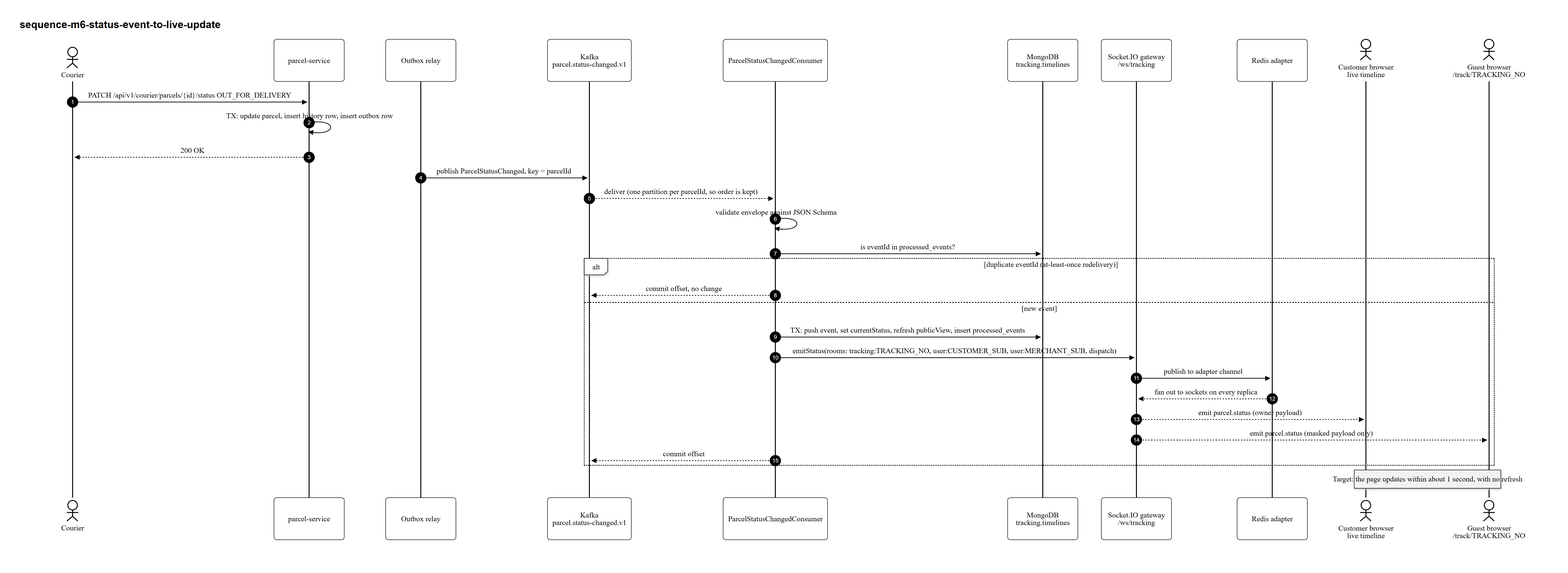
Before: doc/diagrams/m6-real-time-tracking/sequence-m6-status-event-to-live-update.png, a diagram exported from Mermaid (Pasidu-Mihiranga/SwiftDrop). Its source is kept beside it as doc/diagrams/m6-real-time-tracking/sequence-m6-status-event-to-live-update.mmd. Source of this version:
```mermaid
%%{init: {"theme":"base","themeVariables":{"background":"#ffffff","mainBkg":"#ffffff","primaryColor":"#ffffff","primaryBorderColor":"#000000","primaryTextColor":"#000000","secondaryColor":"#f2f2f2","tertiaryColor":"#ffffff","lineColor":"#000000","textColor":"#000000","clusterBkg":"#ffffff","clusterBorder":"#000000","titleColor":"#000000","edgeLabelBackground":"#ffffff","fontFamily":"Arial, Helvetica, sans-serif","actorBkg":"#ffffff","actorBorder":"#000000","actorTextColor":"#000000","actorLineColor":"#000000","signalColor":"#000000","signalTextColor":"#000000","labelBoxBkgColor":"#ffffff","labelBoxBorderColor":"#000000","labelTextColor":"#000000","loopTextColor":"#000000","noteBkgColor":"#f2f2f2","noteBorderColor":"#000000","noteTextColor":"#000000","activationBkgColor":"#e6e6e6","activationBorderColor":"#000000"}}}%%
sequenceDiagram
    autonumber
    actor CO as Courier
    participant P as parcel-service
    participant OB as Outbox relay
    participant K as Kafka<br/>parcel.status-changed.v1
    participant TC as ParcelStatusChangedConsumer
    participant DB as MongoDB<br/>tracking.timelines
    participant SG as Socket.IO gateway<br/>/ws/tracking
    participant RD as Redis adapter
    actor CU as Customer browser<br/>live timeline
    actor GU as Guest browser<br/>/track/TRACKING_NO

    CO->>P: PATCH /api/v1/courier/parcels/{id}/status OUT_FOR_DELIVERY
    P->>P: TX: update parcel, insert history row, insert outbox row
    P-->>CO: 200 OK
    OB->>K: publish ParcelStatusChanged, key = parcelId
    K-->>TC: deliver (one partition per parcelId, so order is kept)
    TC->>TC: validate envelope against JSON Schema
    TC->>DB: is eventId in processed_events?
    alt duplicate eventId (at-least-once redelivery)
        TC-->>K: commit offset, no change
    else new event
        TC->>DB: TX: push event, set currentStatus, refresh publicView, insert processed_events
        TC->>SG: emitStatus(rooms: tracking:TRACKING_NO, user:CUSTOMER_SUB, user:MERCHANT_SUB, dispatch)
        SG->>RD: publish to adapter channel
        RD-->>SG: fan out to sockets on every replica
        SG-->>CU: emit parcel.status (owner payload)
        SG-->>GU: emit parcel.status (masked payload only)
        TC-->>K: commit offset
    end
    Note over CU,GU: Target: the page updates within about 1 second, with no refresh
```
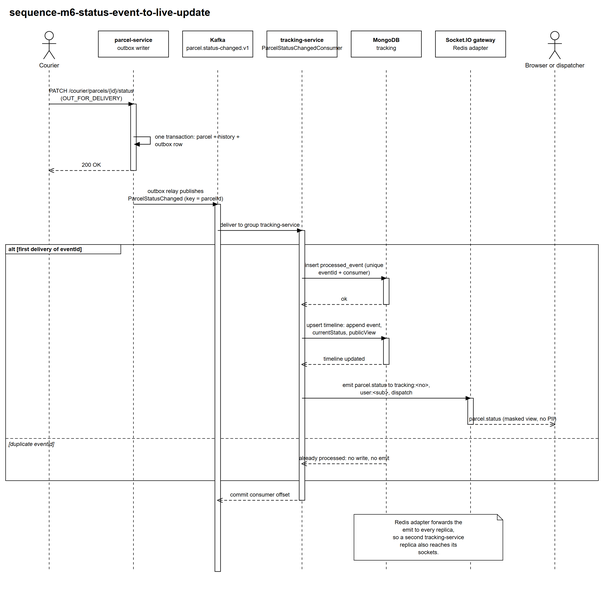
After the commit.

Diff of the diagram source:
```diff
@@ -1,33 +1,27 @@
-%%{init: {"theme":"base","themeVariables":{"background":"#ffffff","mainBkg":"#ffffff","primaryColor":"#ffffff","primaryBorderColor":"#000000","primaryTextColor":"#000000","secondaryColor":"#f2f2f2","tertiaryColor":"#ffffff","lineColor":"#000000","textColor":"#000000","clusterBkg":"#ffffff","clusterBorder":"#000000","titleColor":"#000000","edgeLabelBackground":"#ffffff","fontFamily":"Arial, Helvetica, sans-serif","actorBkg":"#ffffff","actorBorder":"#000000","actorTextColor":"#000000","actorLineColor":"#000000","signalColor":"#000000","signalTextColor":"#000000","labelBoxBkgColor":"#ffffff","labelBoxBorderColor":"#000000","labelTextColor":"#000000","loopTextColor":"#000000","noteBkgColor":"#f2f2f2","noteBorderColor":"#000000","noteTextColor":"#000000","activationBkgColor":"#e6e6e6","activationBorderColor":"#000000"}}}%%
+%%{init: {"theme":"base","themeVariables":{"primaryColor":"#ffffff","primaryBorderColor":"#000000","primaryTextColor":"#000000","lineColor":"#000000","background":"#ffffff","actorBkg":"#ffffff","actorBorder":"#000000","signalColor":"#000000","noteBkgColor":"#f2f2f2","noteBorderColor":"#000000","fontFamily":"Arial"}}}%%
 sequenceDiagram
     autonumber
-    actor CO as Courier
+    actor C as Courier
     participant P as parcel-service
-    participant OB as Outbox relay
-    participant K as Kafka<br/>parcel.status-changed.v1
-    participant TC as ParcelStatusChangedConsumer
-    participant DB as MongoDB<br/>tracking.timelines
-    participant SG as Socket.IO gateway<br/>/ws/tracking
-    participant RD as Redis adapter
-    actor CU as Customer browser<br/>live timeline
-    actor GU as Guest browser<br/>/track/TRACKING_NO
-
-    CO->>P: PATCH /api/v1/courier/parcels/{id}/status OUT_FOR_DELIVERY
-    P->>P: TX: update parcel, insert history row, insert outbox row
-    P-->>CO: 200 OK
-    OB->>K: publish ParcelStatusChanged, key = parcelId
-    K-->>TC: deliver (one partition per parcelId, so order is kept)
-    TC->>TC: validate envelope against JSON Schema
-    TC->>DB: is eventId in processed_events?
-    alt duplicate eventId (at-least-once redelivery)
-        TC-->>K: commit offset, no change
-    else new event
-        TC->>DB: TX: push event, set currentStatus, refresh publicView, insert processed_events
-        TC->>SG: emitStatus(rooms: tracking:TRACKING_NO, user:CUSTOMER_SUB, user:MERCHANT_SUB, dispatch)
-        SG->>RD: publish to adapter channel
-        RD-->>SG: fan out to sockets on every replica
-        SG-->>CU: emit parcel.status (owner payload)
-        SG-->>GU: emit parcel.status (masked payload only)
-        TC-->>K: commit offset
+    participant K as Kafka
+    participant T as tracking-service
+    participant M as MongoDB tracking
+    participant S as Socket.IO gateway
+    actor B as Browser or dispatcher
+    C->>P: PATCH /courier/parcels/{id}/status OUT_FOR_DELIVERY
+    P->>P: one transaction parcel, history, outbox row
+    P-->>C: 200 OK
+    P->>K: outbox relay publishes ParcelStatusChanged, key parcelId
+    K->>T: deliver to group tracking-service
+    alt first delivery of eventId
+        T->>M: insert processed_event, unique eventId and consumer
+        M-->>T: ok
+        T->>M: upsert timeline, append event, currentStatus, publicView
+        M-->>T: timeline updated
+        T->>S: emit parcel.status to tracking:no, user:sub, dispatch
+        S-->>B: parcel.status, masked view, no PII
+    else duplicate eventId
+        M-->>T: already processed, no write, no emit
     end
-    Note over CU,GU: Target: the page updates within about 1 second, with no refresh
+    T-->>K: commit consumer offset
+    Note over S: Redis adapter forwards the emit to every replica
```
